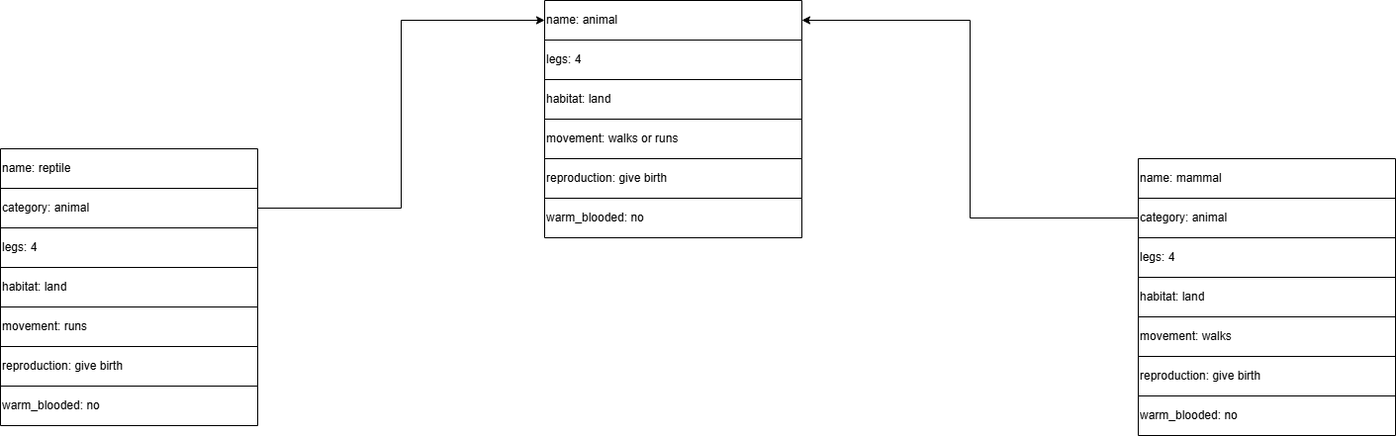
Before: Intelligent System/myFrame.drawio.png, a diagram exported from draw.io (another4433/another4433). Source tidied: cells renumbered, new cells last; positions are measured from the earlier drawing's top-left corner, leaving out a move shared by most shapes.
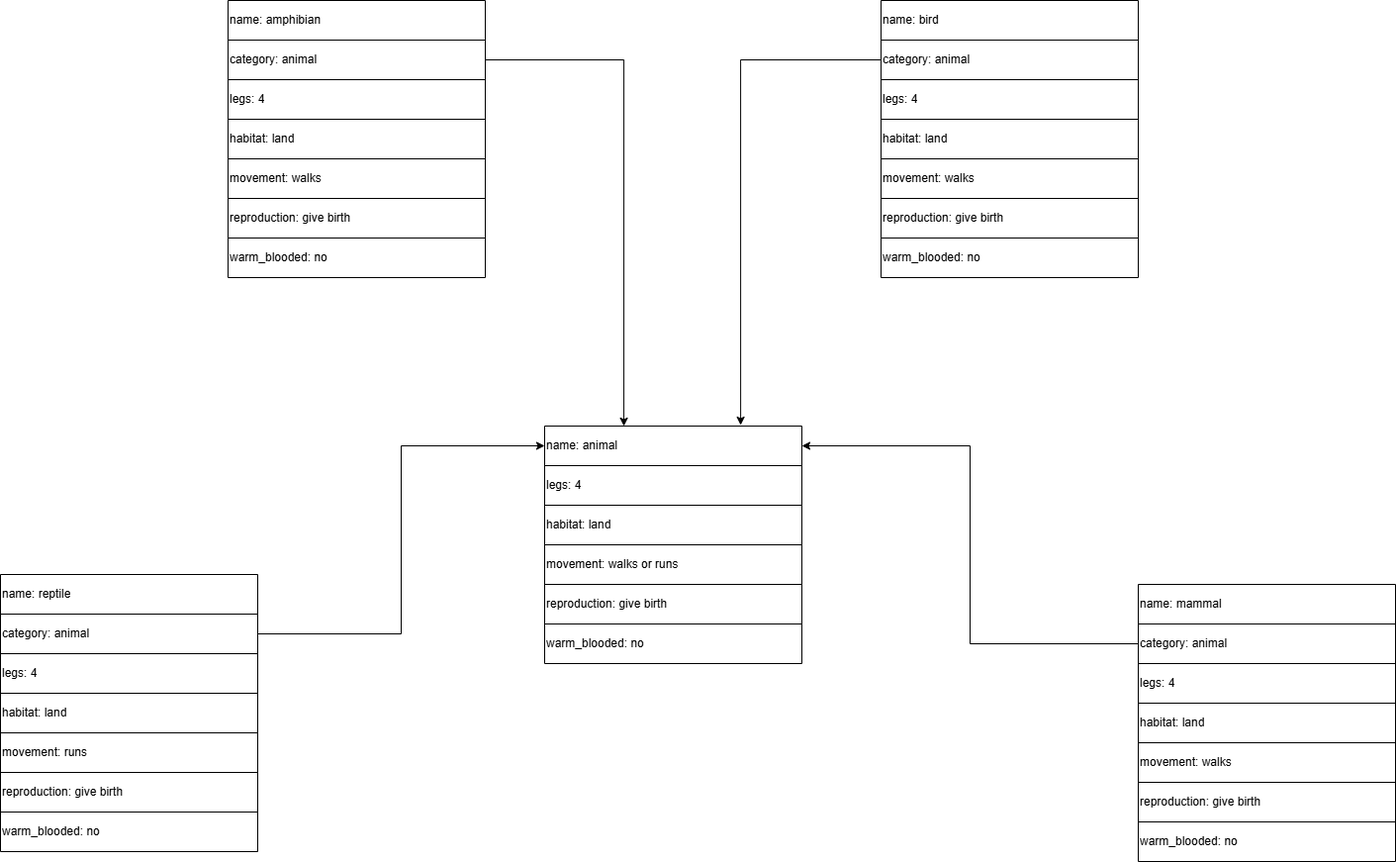
The same file after the commit.

The edit, as a diff of the source:
```diff
@@ -137,5 +137,101 @@
     <mxCell id="46" style="edgeStyle=orthogonalEdgeStyle;rounded=0;jettySize=auto;html=1;entryX=0;entryY=0.5;entryDx=0;entryDy=0;" parent="1" edge="1" source="34" target="3">
       <mxGeometry relative="1" as="geometry" />
     </mxCell>
+    <mxCell id="47" style="shape=table;startSize=0;" parent="1" vertex="1">
+      <mxGeometry x="890" y="-430" width="260" height="280" as="geometry" />
+    </mxCell>
+    <mxCell id="48" style="shape=tableRow;horizontal=0;startSize=0;swimlaneHead=0;swimlaneBody=0;strokeColor=inherit;top=0;left=0;bottom=0;right=0;fillColor=none;" parent="47" vertex="1">
+      <mxGeometry width="260" height="40" as="geometry" />
+    </mxCell>
+    <mxCell id="49" value="name: bird" style="shape=partialRectangle;html=1;whiteSpace=wrap;strokeColor=inherit;overflow=hidden;fillColor=none;top=0;left=0;bottom=0;right=0;align=left;" parent="48" vertex="1">
+      <mxGeometry width="260" height="40" as="geometry" />
+    </mxCell>
+    <mxCell id="50" style="shape=tableRow;horizontal=0;startSize=0;swimlaneHead=0;swimlaneBody=0;strokeColor=inherit;top=0;left=0;bottom=0;right=0;fillColor=none;points=[[0,0.5],[1,0.5]];portConstraint=eastwest;" parent="47" vertex="1">
+      <mxGeometry y="40" width="260" height="40" as="geometry" />
+    </mxCell>
+    <mxCell id="51" value="category: animal" style="shape=partialRectangle;html=1;whiteSpace=wrap;strokeColor=inherit;overflow=hidden;fillColor=none;top=0;left=0;bottom=0;right=0;align=left;" parent="50" vertex="1">
+      <mxGeometry width="260" height="40" as="geometry" />
+    </mxCell>
+    <mxCell id="52" style="shape=tableRow;horizontal=0;startSize=0;swimlaneHead=0;swimlaneBody=0;strokeColor=inherit;top=0;left=0;bottom=0;right=0;fillColor=none;" parent="47" vertex="1">
+      <mxGeometry y="80" width="260" height="40" as="geometry" />
+    </mxCell>
+    <mxCell id="53" value="legs: 4" style="shape=partialRectangle;html=1;whiteSpace=wrap;strokeColor=inherit;overflow=hidden;fillColor=none;top=0;left=0;bottom=0;right=0;align=left;" parent="52" vertex="1">
+      <mxGeometry width="260" height="40" as="geometry" />
+    </mxCell>
+    <mxCell id="54" style="shape=tableRow;horizontal=0;startSize=0;swimlaneHead=0;swimlaneBody=0;strokeColor=inherit;top=0;left=0;bottom=0;right=0;fillColor=none;" parent="47" vertex="1">
+      <mxGeometry y="120" width="260" height="40" as="geometry" />
+    </mxCell>
+    <mxCell id="55" value="habitat: land" style="shape=partialRectangle;html=1;whiteSpace=wrap;strokeColor=inherit;overflow=hidden;fillColor=none;top=0;left=0;bottom=0;right=0;align=left;" parent="54" vertex="1">
+      <mxGeometry width="260" height="40" as="geometry" />
+    </mxCell>
+    <mxCell id="56" style="shape=tableRow;horizontal=0;startSize=0;swimlaneHead=0;swimlaneBody=0;strokeColor=inherit;top=0;left=0;bottom=0;right=0;fillColor=none;" parent="47" vertex="1">
+      <mxGeometry y="160" width="260" height="40" as="geometry" />
+    </mxCell>
+    <mxCell id="57" value="movement: walks" style="shape=partialRectangle;html=1;whiteSpace=wrap;strokeColor=inherit;overflow=hidden;fillColor=none;top=0;left=0;bottom=0;right=0;align=left;" parent="56" vertex="1">
+      <mxGeometry width="260" height="40" as="geometry" />
+    </mxCell>
+    <mxCell id="58" style="shape=tableRow;horizontal=0;startSize=0;swimlaneHead=0;swimlaneBody=0;strokeColor=inherit;top=0;left=0;bottom=0;right=0;fillColor=none;" parent="47" vertex="1">
+      <mxGeometry y="200" width="260" height="40" as="geometry" />
+    </mxCell>
+    <mxCell id="59" value="reproduction: give birth" style="shape=partialRectangle;html=1;whiteSpace=wrap;strokeColor=inherit;overflow=hidden;fillColor=none;top=0;left=0;bottom=0;right=0;align=left;" parent="58" vertex="1">
+      <mxGeometry width="260" height="40" as="geometry" />
+    </mxCell>
+    <mxCell id="60" style="shape=tableRow;horizontal=0;startSize=0;swimlaneHead=0;swimlaneBody=0;strokeColor=inherit;top=0;left=0;bottom=0;right=0;fillColor=none;" parent="47" vertex="1">
+      <mxGeometry y="240" width="260" height="40" as="geometry" />
+    </mxCell>
+    <mxCell id="61" value="warm_blooded: no" style="shape=partialRectangle;html=1;whiteSpace=wrap;strokeColor=inherit;overflow=hidden;fillColor=none;top=0;left=0;bottom=0;right=0;align=left;" parent="60" vertex="1">
+      <mxGeometry width="260" height="40" as="geometry" />
+    </mxCell>
+    <mxCell id="62" style="edgeStyle=orthogonalEdgeStyle;rounded=0;jettySize=auto;html=1;entryX=0.762;entryY=-0.025;entryDx=0;entryDy=0;entryPerimeter=0;" parent="1" edge="1" source="50" target="3">
+      <mxGeometry relative="1" as="geometry" />
+    </mxCell>
+    <mxCell id="63" style="shape=table;startSize=0;" parent="1" vertex="1">
+      <mxGeometry x="230" y="-430" width="260" height="280" as="geometry" />
+    </mxCell>
+    <mxCell id="64" style="shape=tableRow;horizontal=0;startSize=0;swimlaneHead=0;swimlaneBody=0;strokeColor=inherit;top=0;left=0;bottom=0;right=0;fillColor=none;" parent="63" vertex="1">
+      <mxGeometry width="260" height="40" as="geometry" />
+    </mxCell>
+    <mxCell id="65" value="name: amphibian" style="shape=partialRectangle;html=1;whiteSpace=wrap;strokeColor=inherit;overflow=hidden;fillColor=none;top=0;left=0;bottom=0;right=0;align=left;" parent="64" vertex="1">
+      <mxGeometry width="260" height="40" as="geometry" />
+    </mxCell>
+    <mxCell id="66" style="shape=tableRow;horizontal=0;startSize=0;swimlaneHead=0;swimlaneBody=0;strokeColor=inherit;top=0;left=0;bottom=0;right=0;fillColor=none;points=[[0,0.5],[1,0.5]];portConstraint=eastwest;" parent="63" vertex="1">
+      <mxGeometry y="40" width="260" height="40" as="geometry" />
+    </mxCell>
+    <mxCell id="67" value="category: animal" style="shape=partialRectangle;html=1;whiteSpace=wrap;strokeColor=inherit;overflow=hidden;fillColor=none;top=0;left=0;bottom=0;right=0;align=left;" parent="66" vertex="1">
+      <mxGeometry width="260" height="40" as="geometry" />
+    </mxCell>
+    <mxCell id="68" style="shape=tableRow;horizontal=0;startSize=0;swimlaneHead=0;swimlaneBody=0;strokeColor=inherit;top=0;left=0;bottom=0;right=0;fillColor=none;" parent="63" vertex="1">
+      <mxGeometry y="80" width="260" height="40" as="geometry" />
+    </mxCell>
+    <mxCell id="69" value="legs: 4" style="shape=partialRectangle;html=1;whiteSpace=wrap;strokeColor=inherit;overflow=hidden;fillColor=none;top=0;left=0;bottom=0;right=0;align=left;" parent="68" vertex="1">
+      <mxGeometry width="260" height="40" as="geometry" />
+    </mxCell>
+    <mxCell id="70" style="shape=tableRow;horizontal=0;startSize=0;swimlaneHead=0;swimlaneBody=0;strokeColor=inherit;top=0;left=0;bottom=0;right=0;fillColor=none;" parent="63" vertex="1">
+      <mxGeometry y="120" width="260" height="40" as="geometry" />
+    </mxCell>
+    <mxCell id="71" value="habitat: land" style="shape=partialRectangle;html=1;whiteSpace=wrap;strokeColor=inherit;overflow=hidden;fillColor=none;top=0;left=0;bottom=0;right=0;align=left;" parent="70" vertex="1">
+      <mxGeometry width="260" height="40" as="geometry" />
+    </mxCell>
+    <mxCell id="72" style="shape=tableRow;horizontal=0;startSize=0;swimlaneHead=0;swimlaneBody=0;strokeColor=inherit;top=0;left=0;bottom=0;right=0;fillColor=none;" parent="63" vertex="1">
+      <mxGeometry y="160" width="260" height="40" as="geometry" />
+    </mxCell>
+    <mxCell id="73" value="movement: walks" style="shape=partialRectangle;html=1;whiteSpace=wrap;strokeColor=inherit;overflow=hidden;fillColor=none;top=0;left=0;bottom=0;right=0;align=left;" parent="72" vertex="1">
+      <mxGeometry width="260" height="40" as="geometry" />
+    </mxCell>
+    <mxCell id="74" style="shape=tableRow;horizontal=0;startSize=0;swimlaneHead=0;swimlaneBody=0;strokeColor=inherit;top=0;left=0;bottom=0;right=0;fillColor=none;" parent="63" vertex="1">
+      <mxGeometry y="200" width="260" height="40" as="geometry" />
+    </mxCell>
+    <mxCell id="75" value="reproduction: give birth" style="shape=partialRectangle;html=1;whiteSpace=wrap;strokeColor=inherit;overflow=hidden;fillColor=none;top=0;left=0;bottom=0;right=0;align=left;" parent="74" vertex="1">
+      <mxGeometry width="260" height="40" as="geometry" />
+    </mxCell>
+    <mxCell id="76" style="shape=tableRow;horizontal=0;startSize=0;swimlaneHead=0;swimlaneBody=0;strokeColor=inherit;top=0;left=0;bottom=0;right=0;fillColor=none;" parent="63" vertex="1">
+      <mxGeometry y="240" width="260" height="40" as="geometry" />
+    </mxCell>
+    <mxCell id="77" value="warm_blooded: no" style="shape=partialRectangle;html=1;whiteSpace=wrap;strokeColor=inherit;overflow=hidden;fillColor=none;top=0;left=0;bottom=0;right=0;align=left;" parent="76" vertex="1">
+      <mxGeometry width="260" height="40" as="geometry" />
+    </mxCell>
+    <mxCell id="78" style="edgeStyle=orthogonalEdgeStyle;rounded=0;jettySize=auto;html=1;entryX=0.308;entryY=0;entryDx=0;entryDy=0;entryPerimeter=0;" parent="1" edge="1" source="66" target="3">
+      <mxGeometry relative="1" as="geometry" />
+    </mxCell>
   </root>
 </mxGraphModel>
```
